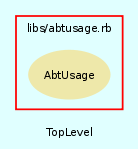
Earlier version of the Graphviz export src/trunk/doc/dot/f_2.png (eschabell/abtlinux). Its source is kept beside it as src/trunk/doc/dot/f_2.dot.
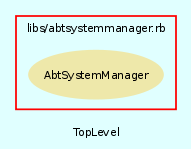
After the commit.

Change to the diagram source:
```diff
@@ -13,14 +13,14 @@
     subgraph cluster_3 {
         fontname = Arial
         color = red
-        label = "libs/abtusage.rb"
-        AbtUsage [
+        label = "libs/abtsystemmanager.rb"
+        AbtSystemManager [
             fontcolor = black,
-            URL = "classes/AbtUsage.html",
+            URL = "classes/AbtSystemManager.html",
             shape = ellipse,
             color = palegoldenrod,
             style = filled,
-            label = "AbtUsage"
+            label = "AbtSystemManager"
         ]
 
     }
```
